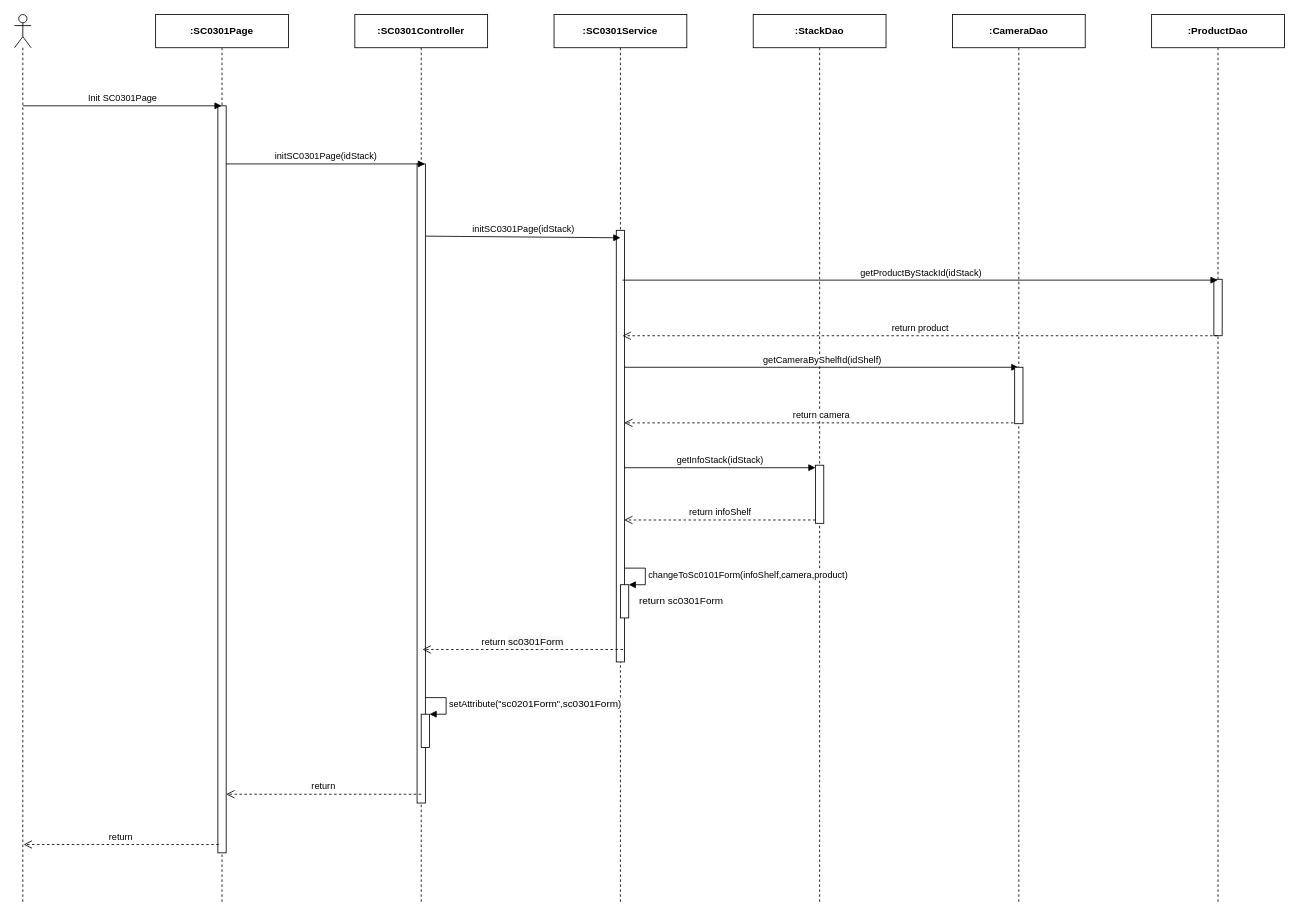
Before: page "Ev01" (1 of 10) of Users/LuanNM/SEQ Diagram Review/sc03/SC0301_StackDetail.drawio in luannmdev/CapstoneDocument, a draw.io diagram. Source tidied: cells renumbered, new cells numbered last; positions are measured from the earlier drawing's top-left corner, leaving out a move shared by most shapes. Both pictures are drawn from the tidied source at 83%, with x=0, y=0 at pixel (14, 14).
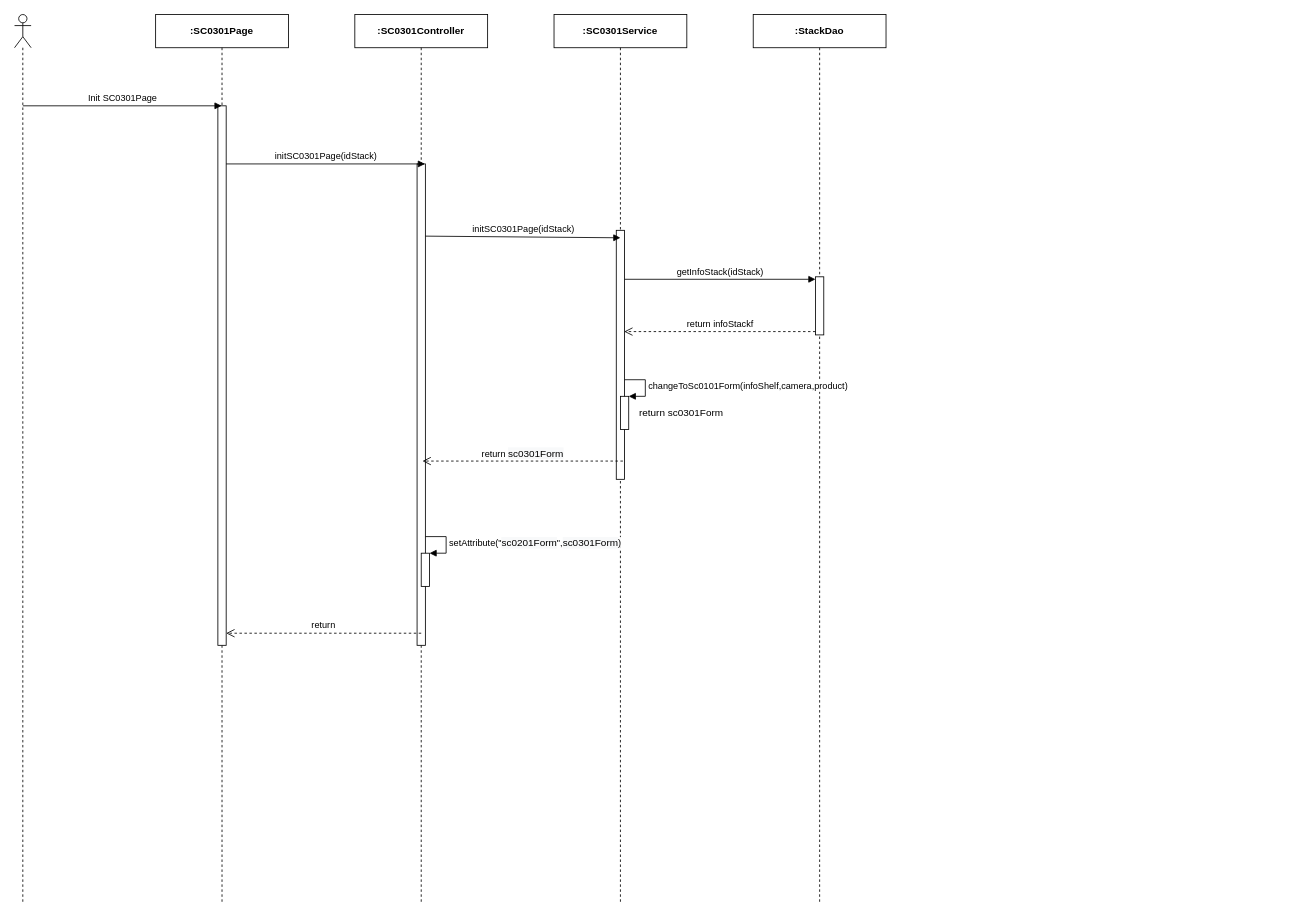
Above is the later version.

Unchanged cells that the change refers to:
```xml
<mxCell id="3" value="&lt;b&gt;:SC0301Page&lt;/b&gt;" style="shape=umlLifeline;perimeter=lifelinePerimeter;whiteSpace=wrap;html=1;outlineConnect=0;" parent="1" vertex="1">
  <mxGeometry x="170" width="160" height="1070" as="geometry" />
</mxCell>
<mxCell id="5" value="&lt;b&gt;:StackDao&lt;/b&gt;" style="shape=umlLifeline;perimeter=lifelinePerimeter;whiteSpace=wrap;html=1;" parent="1" vertex="1">
  <mxGeometry x="890" width="160" height="1070" as="geometry" />
</mxCell>
<mxCell id="9" value="&lt;b&gt;:&lt;/b&gt;&lt;b&gt;SC0301&lt;/b&gt;&lt;b&gt;Service&lt;/b&gt;" style="shape=umlLifeline;perimeter=lifelinePerimeter;whiteSpace=wrap;html=1;" parent="1" vertex="1">
  <mxGeometry x="650" width="160" height="1070" as="geometry" />
</mxCell>
<mxCell id="11" value="&lt;b&gt;:SC0301Controller&lt;/b&gt;" style="shape=umlLifeline;perimeter=lifelinePerimeter;whiteSpace=wrap;html=1;" parent="1" vertex="1">
  <mxGeometry x="410" width="160" height="1070" as="geometry" />
</mxCell>
```

Diff of the diagram source:
```diff
@@
     <mxCell id="4" style="html=1;perimeter=orthogonalPerimeter;" parent="3" vertex="1">
-      <mxGeometry x="75" y="110" width="10" height="900" as="geometry" />
+      <mxGeometry x="75" y="110" width="10" height="650" as="geometry" />
     </mxCell>
@@
     <mxCell id="6" style="html=1;perimeter=orthogonalPerimeter;" parent="5" vertex="1">
-      <mxGeometry x="75" y="543" width="10" height="70" as="geometry" />
+      <mxGeometry x="75" y="316" width="10" height="70" as="geometry" />
     </mxCell>
     <mxCell id="7" value="getInfoStack(idStack)" style="html=1;verticalAlign=bottom;endArrow=block;entryX=0;entryY=0;" parent="5" edge="1">
       <mxGeometry relative="1" as="geometry">
-        <mxPoint x="-155.5" y="546" as="sourcePoint" />
-        <mxPoint x="75" y="546" as="targetPoint" />
+        <mxPoint x="-155.5" y="319" as="sourcePoint" />
+        <mxPoint x="75" y="319" as="targetPoint" />
       </mxGeometry>
     </mxCell>
-    <mxCell id="8" value="return infoShelf" style="html=1;verticalAlign=bottom;endArrow=open;dashed=1;endSize=8;exitX=0;exitY=0.95;" parent="5" edge="1">
+    <mxCell id="8" value="return infoStackf" style="html=1;verticalAlign=bottom;endArrow=open;dashed=1;endSize=8;exitX=0;exitY=0.95;" parent="5" edge="1">
       <mxGeometry relative="1" as="geometry">
-        <mxPoint x="75" y="609" as="sourcePoint" />
-        <mxPoint x="-155.5" y="609" as="targetPoint" />
+        <mxPoint x="75" y="382" as="sourcePoint" />
+        <mxPoint x="-155.5" y="382" as="targetPoint" />
       </mxGeometry>
     </mxCell>
@@
     <mxCell id="10" style="html=1;perimeter=orthogonalPerimeter;" parent="9" vertex="1">
-      <mxGeometry x="75" y="260" width="10" height="520" as="geometry" />
+      <mxGeometry x="75" y="260" width="10" height="300" as="geometry" />
     </mxCell>
@@
     <mxCell id="12" style="html=1;perimeter=orthogonalPerimeter;" parent="11" vertex="1">
-      <mxGeometry x="75" y="180" width="10" height="770" as="geometry" />
+      <mxGeometry x="75" y="180" width="10" height="580" as="geometry" />
     </mxCell>
     <mxCell id="13" style="html=1;points=[];perimeter=orthogonalPerimeter;" parent="11" vertex="1">
-      <mxGeometry x="80" y="843" width="10" height="40" as="geometry" />
+      <mxGeometry x="80" y="649" width="10" height="40" as="geometry" />
     </mxCell>
     <mxCell id="14" value="setAttribute(&quot;&lt;span style=&quot;font-size: 12px ; text-align: center ; background-color: rgb(248 , 249 , 250)&quot;&gt;sc0201Form&lt;/span&gt;&quot;,&lt;span style=&quot;font-size: 12px ; text-align: center ; background-color: rgb(248 , 249 , 250)&quot;&gt;sc0301Form&lt;/span&gt;)" style="edgeStyle=orthogonalEdgeStyle;html=1;align=left;spacingLeft=2;endArrow=block;rounded=0;entryX=1;entryY=0;" parent="11" edge="1" target="13">
       <mxGeometry relative="1" as="geometry">
-        <mxPoint x="85" y="823" as="sourcePoint" />
+        <mxPoint x="85" y="629" as="sourcePoint" />
         <Array as="points">
-          <mxPoint x="110" y="823" />
+          <mxPoint x="110" y="629" />
         </Array>
       </mxGeometry>
     </mxCell>
@@
     <mxCell id="18" value="return&amp;nbsp;&lt;span style=&quot;font-size: 12px ; background-color: rgb(248 , 249 , 250)&quot;&gt;sc0301Form&lt;/span&gt;" style="html=1;verticalAlign=bottom;endArrow=open;dashed=1;endSize=8;" parent="1" edge="1">
       <mxGeometry relative="1" as="geometry">
-        <mxPoint x="733" y="765" as="sourcePoint" />
-        <mxPoint x="491.5" y="765" as="targetPoint" />
+        <mxPoint x="733" y="538" as="sourcePoint" />
+        <mxPoint x="491.5" y="538" as="targetPoint" />
       </mxGeometry>
     </mxCell>
     <mxCell id="19" value="return" style="html=1;verticalAlign=bottom;endArrow=open;dashed=1;endSize=8;" parent="1" edge="1">
       <mxGeometry relative="1" as="geometry">
-        <mxPoint x="490" y="939.4" as="sourcePoint" />
-        <mxPoint x="255" y="939.4" as="targetPoint" />
+        <mxPoint x="490" y="745.4" as="sourcePoint" />
+        <mxPoint x="255" y="745.4" as="targetPoint" />
       </mxGeometry>
     </mxCell>
-    <mxCell id="20" value="return" style="html=1;verticalAlign=bottom;endArrow=open;dashed=1;endSize=8;" parent="1" edge="1">
-      <mxGeometry relative="1" as="geometry">
-        <mxPoint x="246" y="1000" as="sourcePoint" />
-        <mxPoint x="11" y="1000" as="targetPoint" />
-      </mxGeometry>
-    </mxCell>
-    <mxCell id="21" value="getCameraByShelfId(idShelf)" style="html=1;verticalAlign=bottom;endArrow=block;" parent="1" edge="1">
-      <mxGeometry relative="1" as="geometry">
-        <mxPoint x="734.5" y="425" as="sourcePoint" />
-        <mxPoint x="1209.5" y="425" as="targetPoint" />
-      </mxGeometry>
-    </mxCell>
-    <mxCell id="22" value="return camera" style="html=1;verticalAlign=bottom;endArrow=open;dashed=1;endSize=8;" parent="1" edge="1">
-      <mxGeometry relative="1" as="geometry">
-        <mxPoint x="1209.5" y="492" as="sourcePoint" />
-        <mxPoint x="734.5" y="492" as="targetPoint" />
-      </mxGeometry>
-    </mxCell>
     <mxCell id="23" style="html=1;points=[];perimeter=orthogonalPerimeter;" parent="1" vertex="1">
-      <mxGeometry x="730" y="687" width="10" height="40" as="geometry" />
+      <mxGeometry x="730" y="460" width="10" height="40" as="geometry" />
     </mxCell>
     <mxCell id="24" value="changeToSc0101Form(infoShelf,camera,product)" style="edgeStyle=orthogonalEdgeStyle;html=1;align=left;spacingLeft=2;endArrow=block;rounded=0;entryX=1;entryY=0;" parent="1" edge="1" target="23">
       <mxGeometry relative="1" as="geometry">
-        <mxPoint x="735" y="667" as="sourcePoint" />
+        <mxPoint x="735" y="440" as="sourcePoint" />
         <Array as="points">
-          <mxPoint x="760" y="667" />
+          <mxPoint x="760" y="440" />
         </Array>
       </mxGeometry>
     </mxCell>
     <mxCell id="25" value="return sc0301Form" style="text;html=1;align=center;verticalAlign=middle;" parent="1" vertex="1">
-      <mxGeometry x="743" y="697" width="120" height="20" as="geometry" />
+      <mxGeometry x="743" y="470" width="120" height="20" as="geometry" />
     </mxCell>
-    <mxCell id="26" value="&lt;b&gt;:CameraDao&lt;/b&gt;" style="shape=umlLifeline;perimeter=lifelinePerimeter;whiteSpace=wrap;html=1;" parent="1" vertex="1">
-      <mxGeometry x="1130" width="160" height="1070" as="geometry" />
-    </mxCell>
-    <mxCell id="27" style="html=1;perimeter=orthogonalPerimeter;" parent="26" vertex="1">
-      <mxGeometry x="75" y="425" width="10" height="68" as="geometry" />
-    </mxCell>
-    <mxCell id="28" value="&lt;b&gt;:ProductDao&lt;/b&gt;" style="shape=umlLifeline;perimeter=lifelinePerimeter;whiteSpace=wrap;html=1;outlineConnect=0;" parent="1" vertex="1">
-      <mxGeometry x="1370" width="160" height="1070" as="geometry" />
-    </mxCell>
-    <mxCell id="29" style="html=1;perimeter=orthogonalPerimeter;" parent="28" vertex="1">
-      <mxGeometry x="75" y="319" width="10" height="68" as="geometry" />
-    </mxCell>
-    <mxCell id="30" value="getProductByStackId(idStack)" style="html=1;verticalAlign=bottom;endArrow=block;" parent="1" edge="1" target="28">
-      <mxGeometry relative="1" as="geometry">
-        <mxPoint x="732.5" y="320" as="sourcePoint" />
-      </mxGeometry>
-    </mxCell>
-    <mxCell id="31" value="return product" style="html=1;verticalAlign=bottom;endArrow=open;dashed=1;endSize=8;" parent="1" edge="1" source="28">
-      <mxGeometry relative="1" as="geometry">
-        <mxPoint x="732.5" y="387" as="targetPoint" />
-      </mxGeometry>
-    </mxCell>
```
